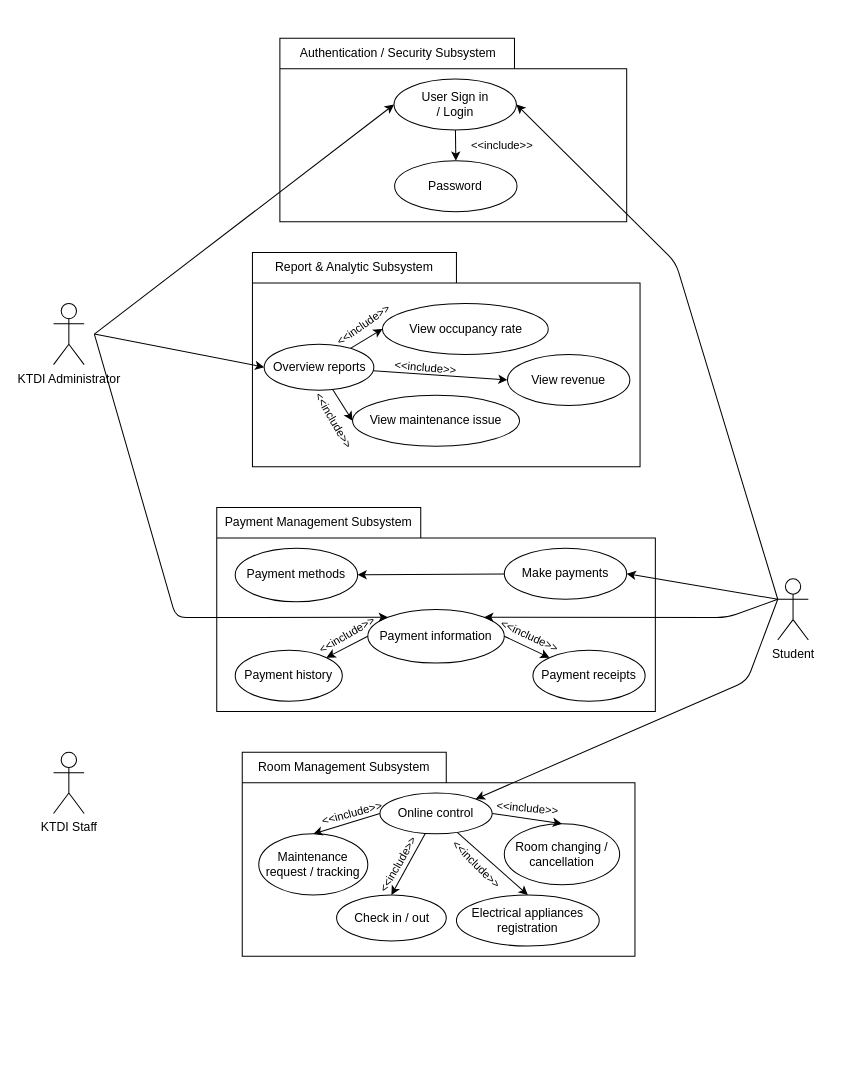
drshahizan/software-engineering keeps this draw.io diagram as page "UseCase1" (1 of 2) of project/drawio/stakeholder/use_case.drawio. Above is the earlier version. Source tidied: cells renumbered, new cells numbered last; positions are measured from the earlier drawing's top-left corner, leaving out a move shared by most shapes. Both pictures are drawn from the tidied source at 102%, with x=0, y=0 at pixel (53, 38).
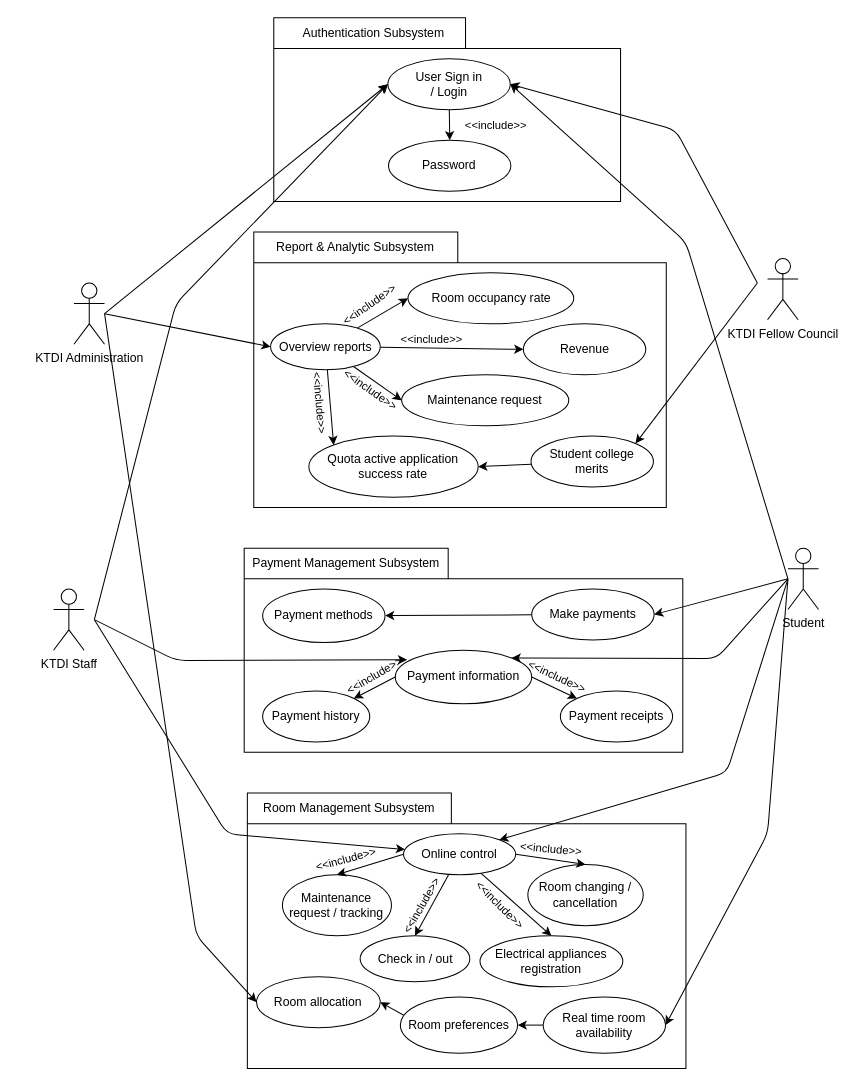
The same page after the edit.

The edit, as a diff of the source:
```diff
@@
     <mxCell id="2" style="shape=folder;fontStyle=1;tabWidth=200;tabHeight=30;tabPosition=left;html=1;boundedLbl=1;" parent="1" vertex="1">
-      <mxGeometry x="195" y="210" width="380" height="210" as="geometry" />
+      <mxGeometry x="196.3" y="190" width="404.4" height="270" as="geometry" />
     </mxCell>
     <mxCell id="3" style="edgeStyle=none;html=1;entryX=0;entryY=0.5;entryDx=0;entryDy=0;" parent="1" edge="1" target="37">
       <mxGeometry relative="1" as="geometry">
-        <mxPoint x="40" y="290" as="sourcePoint" />
+        <mxPoint x="50" y="270" as="sourcePoint" />
       </mxGeometry>
     </mxCell>
-    <mxCell id="4" value="KTDI Administrator" style="shape=umlActor;verticalLabelPosition=bottom;verticalAlign=top;html=1;" parent="1" vertex="1">
-      <mxGeometry y="260" width="30" height="60" as="geometry" />
+    <mxCell id="4" value="KTDI Administration" style="shape=umlActor;verticalLabelPosition=bottom;verticalAlign=top;html=1;" parent="1" vertex="1">
+      <mxGeometry x="20" y="240" width="30" height="60" as="geometry" />
     </mxCell>
     <mxCell id="5" value="KTDI Staff" style="shape=umlActor;verticalLabelPosition=bottom;verticalAlign=top;html=1;" parent="1" vertex="1">
-      <mxGeometry y="700" width="30" height="60" as="geometry" />
+      <mxGeometry y="540" width="30" height="60" as="geometry" />
     </mxCell>
     <mxCell id="6" value="Student" style="shape=umlActor;verticalLabelPosition=bottom;verticalAlign=top;html=1;" parent="1" vertex="1">
-      <mxGeometry x="710" y="530" width="30" height="60" as="geometry" />
+      <mxGeometry x="720" y="500" width="30" height="60" as="geometry" />
     </mxCell>
-    <mxCell id="7" style="shape=folder;fontStyle=1;tabWidth=230;tabHeight=30;tabPosition=left;html=1;boundedLbl=1;" parent="1" vertex="1">
-      <mxGeometry x="221.9" width="340" height="180" as="geometry" />
+    <mxCell id="7" style="shape=folder;fontStyle=1;tabWidth=188;tabHeight=30;tabPosition=left;html=1;boundedLbl=1;" parent="1" vertex="1">
+      <mxGeometry x="215.9" y="-20" width="340" height="180" as="geometry" />
     </mxCell>
     <mxCell id="8" style="ellipse;whiteSpace=wrap;html=1;fillColor=none;" parent="1" vertex="1">
-      <mxGeometry x="333.8" y="40" width="120" height="50" as="geometry" />
+      <mxGeometry x="327.8" y="20" width="120" height="50" as="geometry" />
     </mxCell>
-    <mxCell id="9" value="Authentication / Security Subsystem" style="text;html=1;strokeColor=none;fillColor=none;align=center;verticalAlign=middle;whiteSpace=wrap;rounded=0;" parent="1" vertex="1">
-      <mxGeometry x="238.1" width="200" height="30" as="geometry" />
+    <mxCell id="9" value="Authentication Subsystem" style="text;html=1;strokeColor=none;fillColor=none;align=center;verticalAlign=middle;whiteSpace=wrap;rounded=0;" parent="1" vertex="1">
+      <mxGeometry x="214" y="-20" width="200" height="30" as="geometry" />
     </mxCell>
     <mxCell id="10" value="Report &amp;amp; Analytic Subsystem" style="text;html=1;strokeColor=none;fillColor=none;align=center;verticalAlign=middle;whiteSpace=wrap;rounded=0;" parent="1" vertex="1">
-      <mxGeometry x="195" y="210" width="200" height="30" as="geometry" />
+      <mxGeometry x="195.6" y="190" width="200" height="30" as="geometry" />
     </mxCell>
     <mxCell id="11" style="shape=folder;fontStyle=1;tabWidth=200;tabHeight=30;tabPosition=left;html=1;boundedLbl=1;" parent="1" vertex="1">
-      <mxGeometry x="185" y="700" width="385" height="200" as="geometry" />
+      <mxGeometry x="190" y="740" width="430" height="270" as="geometry" />
     </mxCell>
     <mxCell id="12" value="Room Management Subsystem" style="text;html=1;strokeColor=none;fillColor=none;align=center;verticalAlign=middle;whiteSpace=wrap;rounded=0;" parent="1" vertex="1">
-      <mxGeometry x="185" y="700" width="200" height="30" as="geometry" />
+      <mxGeometry x="190" y="740" width="200" height="30" as="geometry" />
     </mxCell>
     <mxCell id="13" style="shape=folder;fontStyle=1;tabWidth=200;tabHeight=30;tabPosition=left;html=1;boundedLbl=1;" parent="1" vertex="1">
-      <mxGeometry x="160" y="460" width="430" height="200" as="geometry" />
+      <mxGeometry x="186.9" y="500" width="430" height="200" as="geometry" />
     </mxCell>
     <mxCell id="14" value="Payment Management Subsystem" style="text;html=1;strokeColor=none;fillColor=none;align=center;verticalAlign=middle;whiteSpace=wrap;rounded=0;" parent="1" vertex="1">
-      <mxGeometry x="160" y="460" width="200" height="30" as="geometry" />
+      <mxGeometry x="186.9" y="500" width="200" height="30" as="geometry" />
     </mxCell>
     <mxCell id="15" style="edgeStyle=none;html=1;entryX=0.5;entryY=0;entryDx=0;entryDy=0;" parent="1" edge="1" target="17">
       <mxGeometry relative="1" as="geometry">
-        <mxPoint x="394" y="90" as="sourcePoint" />
+        <mxPoint x="388" y="70" as="sourcePoint" />
       </mxGeometry>
     </mxCell>
     <mxCell id="16" value="User Sign in / Login" style="text;html=1;strokeColor=none;fillColor=none;align=center;verticalAlign=middle;whiteSpace=wrap;rounded=0;" parent="1" vertex="1">
-      <mxGeometry x="358.8" y="50" width="70" height="30" as="geometry" />
+      <mxGeometry x="352.8" y="30" width="70" height="30" as="geometry" />
     </mxCell>
     <mxCell id="17" style="ellipse;whiteSpace=wrap;html=1;fillColor=none;" parent="1" vertex="1">
-      <mxGeometry x="334.4" y="120" width="120" height="50" as="geometry" />
+      <mxGeometry x="328.4" y="100" width="120" height="50" as="geometry" />
     </mxCell>
     <mxCell id="18" value="Password" style="text;html=1;strokeColor=none;fillColor=none;align=center;verticalAlign=middle;whiteSpace=wrap;rounded=0;" parent="1" vertex="1">
-      <mxGeometry x="358.8" y="130" width="70" height="30" as="geometry" />
+      <mxGeometry x="352.8" y="110" width="70" height="30" as="geometry" />
     </mxCell>
@@
     <mxCell id="20" value="Make payments" style="ellipse;whiteSpace=wrap;html=1;fillColor=none;" parent="1" vertex="1">
-      <mxGeometry x="441.9" y="500" width="120" height="50" as="geometry" />
+      <mxGeometry x="468.8" y="540" width="120" height="50" as="geometry" />
     </mxCell>
     <mxCell id="21" value="&amp;lt;&amp;lt;include&amp;gt;&amp;gt;" style="text;html=1;strokeColor=none;fillColor=none;align=center;verticalAlign=middle;whiteSpace=wrap;rounded=0;fontSize=11;rotation=0;" parent="1" vertex="1">
-      <mxGeometry x="410" y="90" width="60" height="30" as="geometry" />
+      <mxGeometry x="404" y="70" width="60" height="30" as="geometry" />
     </mxCell>
-    <mxCell id="22" value="View occupancy rate" style="text;html=1;strokeColor=none;fillColor=none;align=center;verticalAlign=middle;whiteSpace=wrap;rounded=0;" parent="1" vertex="1">
-      <mxGeometry x="327.5" y="270" width="152.5" height="30" as="geometry" />
-    </mxCell>
-    <mxCell id="23" style="ellipse;whiteSpace=wrap;html=1;fillColor=none;" parent="1" vertex="1">
-      <mxGeometry x="322.5" y="260" width="162.5" height="50" as="geometry" />
+    <mxCell id="23" value="Room occupancy rate" style="ellipse;whiteSpace=wrap;html=1;fillColor=none;" parent="1" vertex="1">
+      <mxGeometry x="347.5" y="230" width="162.5" height="50" as="geometry" />
     </mxCell>
@@
     <mxCell id="25" value="Check in / out" style="ellipse;whiteSpace=wrap;html=1;" parent="1" vertex="1">
-      <mxGeometry x="277.5" y="840" width="107.5" height="45" as="geometry" />
+      <mxGeometry x="300.6" y="880" width="107.5" height="45" as="geometry" />
     </mxCell>
     <mxCell id="26" value="Payment receipts" style="ellipse;whiteSpace=wrap;html=1;fillColor=none;" parent="1" vertex="1">
-      <mxGeometry x="470" y="600" width="110" height="50" as="geometry" />
+      <mxGeometry x="496.9" y="640" width="110" height="50" as="geometry" />
     </mxCell>
     <mxCell id="27" value="Payment methods" style="ellipse;whiteSpace=wrap;html=1;fillColor=none;" parent="1" vertex="1">
-      <mxGeometry x="178.1" y="500" width="120" height="52.5" as="geometry" />
+      <mxGeometry x="205" y="540" width="120" height="52.5" as="geometry" />
     </mxCell>
     <mxCell id="28" value="Maintenance request / tracking" style="ellipse;whiteSpace=wrap;html=1;" parent="1" vertex="1">
-      <mxGeometry x="201.2" y="780" width="106.9" height="60" as="geometry" />
+      <mxGeometry x="224.4" y="820" width="106.9" height="60" as="geometry" />
     </mxCell>
-    <mxCell id="29" value="View maintenance issue" style="ellipse;whiteSpace=wrap;html=1;fillColor=none;" parent="1" vertex="1">
-      <mxGeometry x="293.1" y="350" width="163.8" height="50" as="geometry" />
+    <mxCell id="29" value="Maintenance request" style="ellipse;whiteSpace=wrap;html=1;fillColor=none;" parent="1" vertex="1">
+      <mxGeometry x="341.3" y="330" width="163.8" height="50" as="geometry" />
     </mxCell>
     <mxCell id="30" value="Payment history" style="ellipse;whiteSpace=wrap;html=1;fillColor=none;" parent="1" vertex="1">
-      <mxGeometry x="178.1" y="600" width="105" height="50" as="geometry" />
+      <mxGeometry x="205" y="640" width="105" height="50" as="geometry" />
     </mxCell>
-    <mxCell id="31" value="View revenue" style="ellipse;whiteSpace=wrap;html=1;fillColor=none;" parent="1" vertex="1">
-      <mxGeometry x="445" y="310" width="120" height="50" as="geometry" />
+    <mxCell id="31" value="Revenue" style="ellipse;whiteSpace=wrap;html=1;fillColor=none;" parent="1" vertex="1">
+      <mxGeometry x="460.6" y="280" width="120" height="50" as="geometry" />
     </mxCell>
@@
     <mxCell id="33" value="Payment information" style="ellipse;whiteSpace=wrap;html=1;fillColor=none;" parent="1" vertex="1">
-      <mxGeometry x="308.1" y="560" width="133.8" height="52.5" as="geometry" />
+      <mxGeometry x="335" y="600" width="133.8" height="52.5" as="geometry" />
     </mxCell>
@@
+    <mxCell id="60" style="edgeStyle=none;html=1;entryX=0;entryY=0;entryDx=0;entryDy=0;" parent="1" edge="1" source="37" target="61">
+      <mxGeometry relative="1" as="geometry" />
+    </mxCell>
     <mxCell id="37" value="Overview reports" style="ellipse;whiteSpace=wrap;html=1;" parent="1" vertex="1">
-      <mxGeometry x="206.5" y="300" width="107.5" height="45" as="geometry" />
+      <mxGeometry x="212.8" y="280" width="107.5" height="45" as="geometry" />
     </mxCell>
     <mxCell id="38" value="&amp;lt;&amp;lt;include&amp;gt;&amp;gt;" style="text;html=1;strokeColor=none;fillColor=none;align=center;verticalAlign=middle;whiteSpace=wrap;rounded=0;fontSize=11;rotation=-35;" parent="1" vertex="1">
-      <mxGeometry x="274" y="266" width="60" height="30" as="geometry" />
+      <mxGeometry x="280.3" y="246" width="60" height="30" as="geometry" />
     </mxCell>
-    <mxCell id="39" value="&amp;lt;&amp;lt;include&amp;gt;&amp;gt;" style="text;html=1;strokeColor=none;fillColor=none;align=center;verticalAlign=middle;whiteSpace=wrap;rounded=0;fontSize=11;rotation=5;" parent="1" vertex="1">
-      <mxGeometry x="335" y="307.5" width="60" height="30" as="geometry" />
+    <mxCell id="39" value="&amp;lt;&amp;lt;include&amp;gt;&amp;gt;" style="text;html=1;strokeColor=none;fillColor=none;align=center;verticalAlign=middle;whiteSpace=wrap;rounded=0;fontSize=11;rotation=0;" parent="1" vertex="1">
+      <mxGeometry x="341.3" y="280" width="60" height="30" as="geometry" />
     </mxCell>
-    <mxCell id="40" value="&amp;lt;&amp;lt;include&amp;gt;&amp;gt;" style="text;html=1;strokeColor=none;fillColor=none;align=center;verticalAlign=middle;whiteSpace=wrap;rounded=0;fontSize=11;rotation=60;" parent="1" vertex="1">
-      <mxGeometry x="245" y="360" width="60" height="30" as="geometry" />
+    <mxCell id="40" value="&amp;lt;&amp;lt;include&amp;gt;&amp;gt;" style="text;html=1;strokeColor=none;fillColor=none;align=center;verticalAlign=middle;whiteSpace=wrap;rounded=0;fontSize=11;rotation=35;" parent="1" vertex="1">
+      <mxGeometry x="281.3" y="330" width="60" height="30" as="geometry" />
     </mxCell>
     <mxCell id="41" value="&amp;lt;&amp;lt;include&amp;gt;&amp;gt;" style="text;html=1;strokeColor=none;fillColor=none;align=center;verticalAlign=middle;whiteSpace=wrap;rounded=0;fontSize=11;rotation=-30;" parent="1" vertex="1">
-      <mxGeometry x="258" y="570" width="60" height="30" as="geometry" />
+      <mxGeometry x="284.9" y="610" width="60" height="30" as="geometry" />
     </mxCell>
     <mxCell id="42" value="&amp;lt;&amp;lt;include&amp;gt;&amp;gt;" style="text;html=1;strokeColor=none;fillColor=none;align=center;verticalAlign=middle;whiteSpace=wrap;rounded=0;fontSize=11;rotation=25;" parent="1" vertex="1">
-      <mxGeometry x="436.9" y="571" width="60" height="30" as="geometry" />
+      <mxGeometry x="463.8" y="611" width="60" height="30" as="geometry" />
     </mxCell>
     <mxCell id="43" style="edgeStyle=none;html=1;entryX=0.5;entryY=0;entryDx=0;entryDy=0;" parent="1" edge="1" target="28">
       <mxGeometry relative="1" as="geometry">
-        <mxPoint x="320" y="760" as="sourcePoint" />
+        <mxPoint x="343.1" y="800" as="sourcePoint" />
       </mxGeometry>
     </mxCell>
@@
     <mxCell id="46" value="Online control" style="ellipse;whiteSpace=wrap;html=1;" parent="1" vertex="1">
-      <mxGeometry x="320" y="740" width="110" height="40" as="geometry" />
+      <mxGeometry x="343.1" y="780" width="110" height="40" as="geometry" />
     </mxCell>
     <mxCell id="47" value="Room changing / cancellation" style="ellipse;whiteSpace=wrap;html=1;" parent="1" vertex="1">
-      <mxGeometry x="441.9" y="770" width="113.1" height="60" as="geometry" />
+      <mxGeometry x="465" y="810" width="113.1" height="60" as="geometry" />
     </mxCell>
     <mxCell id="48" value="Electrical appliances registration" style="ellipse;whiteSpace=wrap;html=1;" parent="1" vertex="1">
-      <mxGeometry x="395" y="840" width="140" height="50" as="geometry" />
+      <mxGeometry x="418.1" y="880" width="140" height="50" as="geometry" />
     </mxCell>
@@
     <mxCell id="50" value="&amp;lt;&amp;lt;include&amp;gt;&amp;gt;" style="text;html=1;strokeColor=none;fillColor=none;align=center;verticalAlign=middle;whiteSpace=wrap;rounded=0;fontSize=11;rotation=45;" parent="1" vertex="1">
-      <mxGeometry x="385" y="795" width="60" height="30" as="geometry" />
+      <mxGeometry x="408.1" y="835" width="60" height="30" as="geometry" />
     </mxCell>
     <mxCell id="51" value="&amp;lt;&amp;lt;include&amp;gt;&amp;gt;" style="text;html=1;strokeColor=none;fillColor=none;align=center;verticalAlign=middle;whiteSpace=wrap;rounded=0;fontSize=11;rotation=5;" parent="1" vertex="1">
-      <mxGeometry x="435" y="740" width="60" height="30" as="geometry" />
+      <mxGeometry x="458.1" y="780" width="60" height="30" as="geometry" />
     </mxCell>
     <mxCell id="52" value="&amp;lt;&amp;lt;include&amp;gt;&amp;gt;" style="text;html=1;strokeColor=none;fillColor=none;align=center;verticalAlign=middle;whiteSpace=wrap;rounded=0;fontSize=11;rotation=-60;" parent="1" vertex="1">
-      <mxGeometry x="308.1" y="795" width="60" height="30" as="geometry" />
+      <mxGeometry x="331.3" y="835" width="60" height="30" as="geometry" />
     </mxCell>
     <mxCell id="53" value="&amp;lt;&amp;lt;include&amp;gt;&amp;gt;" style="text;html=1;strokeColor=none;fillColor=none;align=center;verticalAlign=middle;whiteSpace=wrap;rounded=0;fontSize=11;rotation=-15;" parent="1" vertex="1">
-      <mxGeometry x="262.5" y="745" width="60" height="30" as="geometry" />
+      <mxGeometry x="256.9" y="790" width="60" height="30" as="geometry" />
     </mxCell>
     <mxCell id="54" style="edgeStyle=none;html=1;entryX=1;entryY=0.5;entryDx=0;entryDy=0;" parent="1" edge="1" target="8">
       <mxGeometry relative="1" as="geometry">
-        <mxPoint x="710" y="550" as="sourcePoint" />
+        <mxPoint x="720" y="530" as="sourcePoint" />
         <Array as="points">
-          <mxPoint x="610" y="220" />
+          <mxPoint x="620" y="200" />
         </Array>
       </mxGeometry>
     </mxCell>
     <mxCell id="55" style="edgeStyle=none;html=1;entryX=0;entryY=0.5;entryDx=0;entryDy=0;" parent="1" edge="1" target="8">
       <mxGeometry relative="1" as="geometry">
-        <mxPoint x="40" y="290" as="sourcePoint" />
+        <mxPoint x="50" y="270" as="sourcePoint" />
       </mxGeometry>
     </mxCell>
-    <mxCell id="56" style="edgeStyle=none;html=1;entryX=1;entryY=0.5;entryDx=0;entryDy=0;exitX=0;exitY=0.3333333333333333;exitDx=0;exitDy=0;exitPerimeter=0;" parent="1" edge="1" source="6" target="20">
-      <mxGeometry relative="1" as="geometry" />
-    </mxCell>
-    <mxCell id="57" style="edgeStyle=none;html=1;entryX=1;entryY=0;entryDx=0;entryDy=0;exitX=0;exitY=0.3333333333333333;exitDx=0;exitDy=0;exitPerimeter=0;" parent="1" edge="1" source="6" target="33">
-      <mxGeometry relative="1" as="geometry">
-        <Array as="points">
-          <mxPoint x="660" y="568" />
-        </Array>
-      </mxGeometry>
-    </mxCell>
-    <mxCell id="58" style="edgeStyle=none;html=1;entryX=0;entryY=0;entryDx=0;entryDy=0;" parent="1" edge="1" target="33">
-      <mxGeometry relative="1" as="geometry">
-        <mxPoint x="40" y="290" as="sourcePoint" />
-        <Array as="points">
-          <mxPoint x="120" y="568" />
-        </Array>
-      </mxGeometry>
-    </mxCell>
-    <mxCell id="59" style="edgeStyle=none;html=1;entryX=1;entryY=0;entryDx=0;entryDy=0;" parent="1" edge="1" target="46">
-      <mxGeometry relative="1" as="geometry">
-        <mxPoint x="710" y="550" as="sourcePoint" />
-        <Array as="points">
-          <mxPoint x="680" y="630" />
-        </Array>
-      </mxGeometry>
-    </mxCell>
+    <mxCell id="61" value="Quota active application success rate" style="ellipse;whiteSpace=wrap;html=1;fillColor=none;" parent="1" vertex="1">
+      <mxGeometry x="250.3" y="390" width="166" height="60" as="geometry" />
+    </mxCell>
+    <mxCell id="62" style="edgeStyle=none;html=1;entryX=1;entryY=0.5;entryDx=0;entryDy=0;" parent="1" edge="1" source="63" target="61">
+      <mxGeometry relative="1" as="geometry" />
+    </mxCell>
+    <mxCell id="63" value="Student college merits" style="ellipse;whiteSpace=wrap;html=1;fillColor=none;" parent="1" vertex="1">
+      <mxGeometry x="468.1" y="390" width="120" height="50" as="geometry" />
+    </mxCell>
+    <mxCell id="64" value="&amp;lt;&amp;lt;include&amp;gt;&amp;gt;" style="text;html=1;strokeColor=none;fillColor=none;align=center;verticalAlign=middle;whiteSpace=wrap;rounded=0;fontSize=11;rotation=85;" parent="1" vertex="1">
+      <mxGeometry x="231.3" y="343" width="60" height="30" as="geometry" />
+    </mxCell>
+    <mxCell id="65" style="edgeStyle=none;html=1;entryX=1;entryY=0;entryDx=0;entryDy=0;" parent="1" edge="1" target="63">
+      <mxGeometry relative="1" as="geometry">
+        <mxPoint x="690" y="240" as="sourcePoint" />
+      </mxGeometry>
+    </mxCell>
+    <mxCell id="66" style="edgeStyle=none;html=1;entryX=1;entryY=0.5;entryDx=0;entryDy=0;" parent="1" edge="1" target="8">
+      <mxGeometry relative="1" as="geometry">
+        <mxPoint x="690" y="240" as="sourcePoint" />
+        <Array as="points">
+          <mxPoint x="610" y="90" />
+        </Array>
+      </mxGeometry>
+    </mxCell>
+    <mxCell id="67" value="KTDI Fellow Council" style="shape=umlActor;verticalLabelPosition=bottom;verticalAlign=top;html=1;" parent="1" vertex="1">
+      <mxGeometry x="700" y="216" width="30" height="60" as="geometry" />
+    </mxCell>
+    <mxCell id="68" style="edgeStyle=none;html=1;entryX=1;entryY=0.5;entryDx=0;entryDy=0;" parent="1" edge="1" target="20">
+      <mxGeometry relative="1" as="geometry">
+        <mxPoint x="720" y="530" as="sourcePoint" />
+      </mxGeometry>
+    </mxCell>
+    <mxCell id="69" style="edgeStyle=none;html=1;entryX=1;entryY=0;entryDx=0;entryDy=0;" parent="1" edge="1" target="46">
+      <mxGeometry relative="1" as="geometry">
+        <mxPoint x="720" y="530" as="sourcePoint" />
+        <Array as="points">
+          <mxPoint x="660" y="720" />
+        </Array>
+      </mxGeometry>
+    </mxCell>
+    <mxCell id="70" style="edgeStyle=none;html=1;entryX=0.087;entryY=0.177;entryDx=0;entryDy=0;entryPerimeter=0;" parent="1" edge="1" target="33">
+      <mxGeometry relative="1" as="geometry">
+        <mxPoint x="40" y="570" as="sourcePoint" />
+        <Array as="points">
+          <mxPoint x="120" y="610" />
+        </Array>
+      </mxGeometry>
+    </mxCell>
+    <mxCell id="71" style="edgeStyle=none;html=1;entryX=1;entryY=0;entryDx=0;entryDy=0;" parent="1" edge="1" target="33">
+      <mxGeometry relative="1" as="geometry">
+        <mxPoint x="720" y="530" as="sourcePoint" />
+        <Array as="points">
+          <mxPoint x="650" y="608" />
+        </Array>
+      </mxGeometry>
+    </mxCell>
+    <mxCell id="72" style="edgeStyle=none;html=1;" parent="1" edge="1" target="46">
+      <mxGeometry relative="1" as="geometry">
+        <mxPoint x="40" y="570" as="sourcePoint" />
+        <Array as="points">
+          <mxPoint x="170" y="780" />
+        </Array>
+      </mxGeometry>
+    </mxCell>
+    <mxCell id="73" style="edgeStyle=none;html=1;entryX=0;entryY=0.5;entryDx=0;entryDy=0;" parent="1" edge="1" target="8">
+      <mxGeometry relative="1" as="geometry">
+        <mxPoint x="40" y="570" as="sourcePoint" />
+        <Array as="points">
+          <mxPoint x="120" y="260" />
+        </Array>
+      </mxGeometry>
+    </mxCell>
+    <mxCell id="74" style="edgeStyle=none;html=1;entryX=1;entryY=0.5;entryDx=0;entryDy=0;" parent="1" edge="1" source="75" target="77">
+      <mxGeometry relative="1" as="geometry" />
+    </mxCell>
+    <mxCell id="75" value="Real time room availability" style="ellipse;whiteSpace=wrap;html=1;" parent="1" vertex="1">
+      <mxGeometry x="480" y="940" width="120" height="55" as="geometry" />
+    </mxCell>
+    <mxCell id="76" style="edgeStyle=none;html=1;entryX=1;entryY=0.5;entryDx=0;entryDy=0;exitX=0.041;exitY=0.339;exitDx=0;exitDy=0;exitPerimeter=0;" parent="1" edge="1" source="77" target="78">
+      <mxGeometry relative="1" as="geometry" />
+    </mxCell>
+    <mxCell id="77" value="Room preferences" style="ellipse;whiteSpace=wrap;html=1;" parent="1" vertex="1">
+      <mxGeometry x="340" y="940" width="115" height="55" as="geometry" />
+    </mxCell>
+    <mxCell id="78" value="Room allocation" style="ellipse;whiteSpace=wrap;html=1;" parent="1" vertex="1">
+      <mxGeometry x="199" y="920" width="121.3" height="50" as="geometry" />
+    </mxCell>
+    <mxCell id="79" style="edgeStyle=none;html=1;entryX=1;entryY=0.5;entryDx=0;entryDy=0;" parent="1" edge="1" target="75">
+      <mxGeometry relative="1" as="geometry">
+        <mxPoint x="720" y="530" as="sourcePoint" />
+        <Array as="points">
+          <mxPoint x="700" y="780" />
+        </Array>
+      </mxGeometry>
+    </mxCell>
+    <mxCell id="80" style="edgeStyle=none;html=1;entryX=0;entryY=0.5;entryDx=0;entryDy=0;" parent="1" edge="1" target="78">
+      <mxGeometry relative="1" as="geometry">
+        <mxPoint x="50" y="270" as="sourcePoint" />
+        <Array as="points">
+          <mxPoint x="140" y="880" />
+        </Array>
+      </mxGeometry>
+    </mxCell>
```
